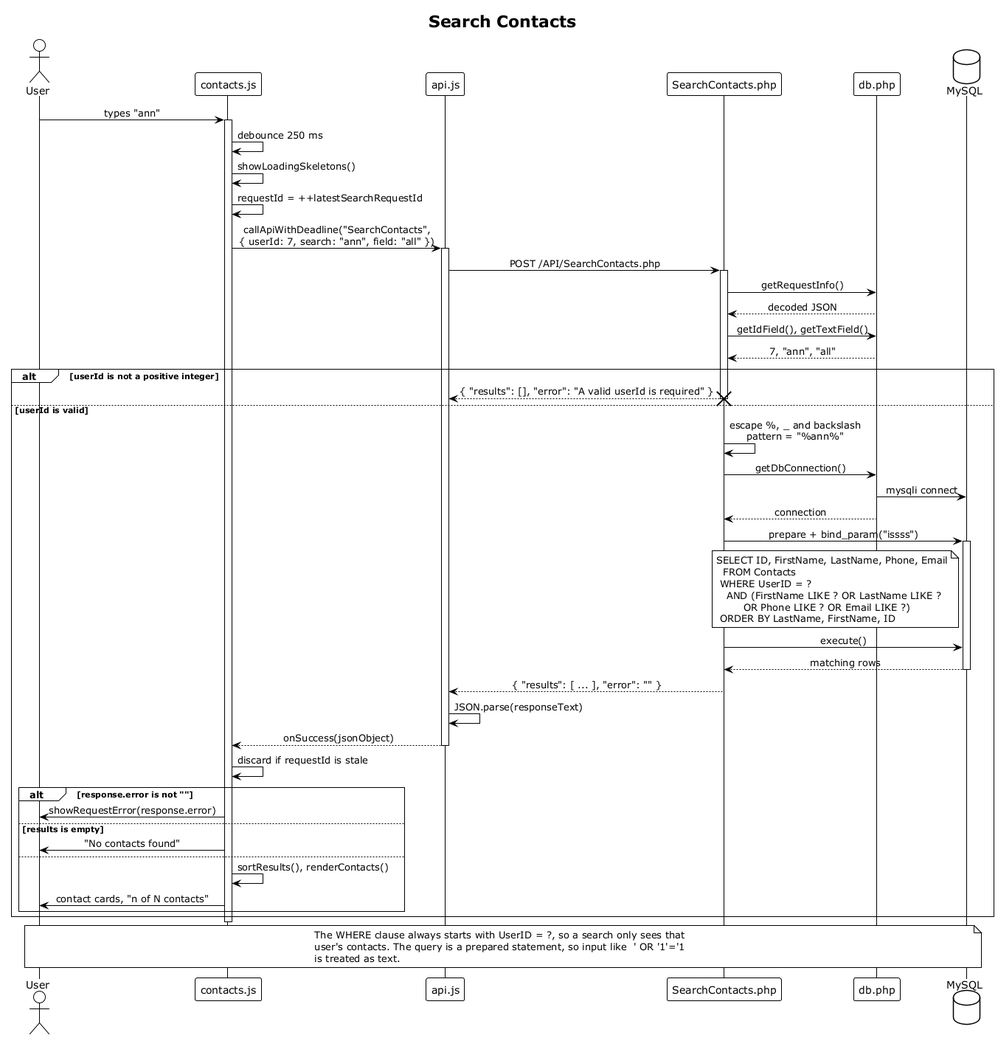
Before: docs/uml/sequence-search.png, a diagram exported from PlantUML (polter-dev/Poosd-Small-Project).
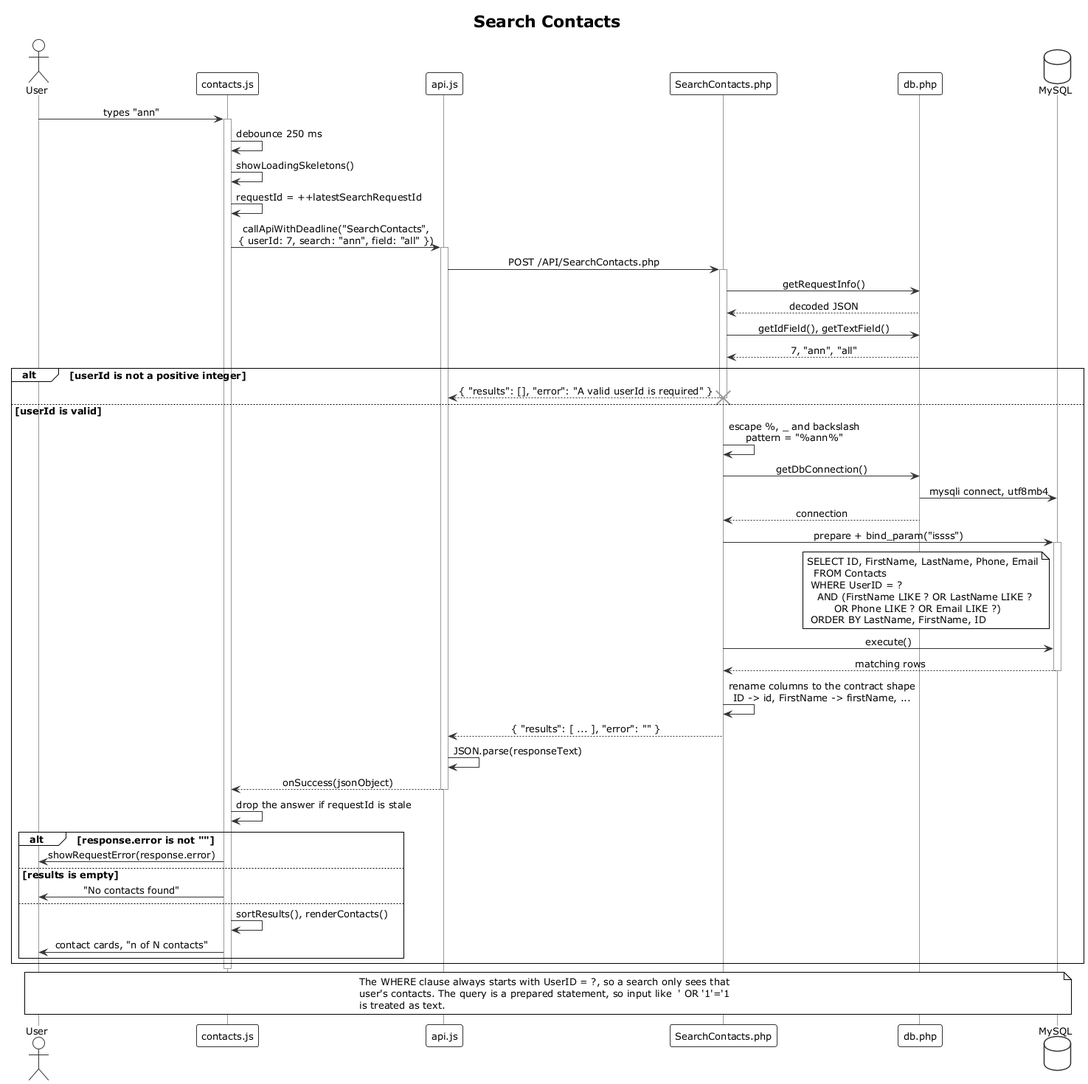
Later version of the same file.

The edit, as a diff of the source:
```diff
@@ -1,10 +1,17 @@
 @startuml sequence-search
 
 !theme plain
+
+skinparam defaultFontName Verdana
+skinparam defaultFontSize 13
 skinparam shadowing false
 skinparam sequenceMessageAlign center
 skinparam ParticipantBackgroundColor White
-skinparam ParticipantBorderColor Black
+skinparam ParticipantBorderColor #333333
+skinparam ActorBorderColor #333333
+skinparam DatabaseBorderColor #333333
+skinparam ArrowColor #333333
+skinparam SequenceLifeLineBorderColor #999999
 
 title Search Contacts
 
@@ -44,7 +51,7 @@
   PHP -> PHP : escape %, _ and backslash\npattern = "%ann%"
 
   PHP -> DB : getDbConnection()
-  DB -> SQL : mysqli connect
+  DB -> SQL : mysqli connect, utf8mb4
   DB --> PHP : connection
 
   PHP -> SQL : prepare + bind_param("issss")
@@ -61,6 +68,8 @@
   SQL --> PHP : matching rows
   deactivate SQL
 
+  PHP -> PHP : rename columns to the contract shape\nID -> id, FirstName -> firstName, ...
+
   PHP --> CALL : { "results": [ ... ], "error": "" }
   deactivate PHP
 
@@ -68,7 +77,7 @@
   CALL --> JS : onSuccess(jsonObject)
   deactivate CALL
 
-  JS -> JS : discard if requestId is stale
+  JS -> JS : drop the answer if requestId is stale
 
   alt response.error is not ""
     JS -> USER : showRequestError(response.error)
```
